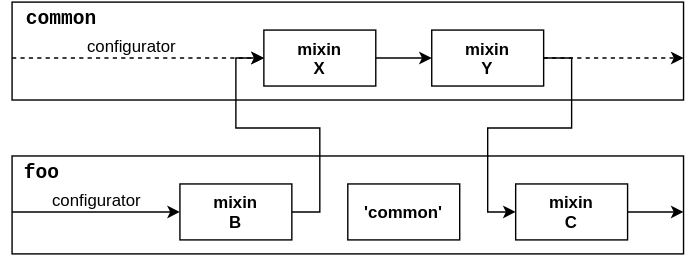
bholloway/webpack-multi-configurator keeps this draw.io diagram as doc/operations.svg. Above is the earlier version. Source tidied: cells renumbered, new cells last; positions are measured from the earlier drawing's top-left corner, leaving out a move shared by most shapes. Source of this version:
```xml
<mxGraphModel background="#ffffff">
  <root>
    <mxCell id="0" />
    <mxCell id="1" parent="0" />
    <mxCell id="2" style="whiteSpace=wrap;html=1;fillColor=none;" parent="1" vertex="1">
      <mxGeometry y="110" width="480" height="70" as="geometry" />
    </mxCell>
    <mxCell id="3" style="whiteSpace=wrap;html=1;fillColor=none;" parent="1" vertex="1">
      <mxGeometry width="480" height="70" as="geometry" />
    </mxCell>
    <mxCell id="4" style="edgeStyle=none;rounded=0;html=1;entryX=0;entryY=0.5;jettySize=auto;fontFamily=Helvetica;dashed=1;" parent="1" edge="1" target="7">
      <mxGeometry relative="1" as="geometry">
        <mxPoint y="40" as="sourcePoint" />
      </mxGeometry>
    </mxCell>
    <mxCell id="5" value="configurator" style="text;html=1;align=center;verticalAlign=middle;labelBackgroundColor=#ffffff;fontFamily=Helvetica;" parent="4" vertex="1">
      <mxGeometry x="-0.16" y="1" relative="1" as="geometry">
        <mxPoint x="9" y="-9" as="offset" />
      </mxGeometry>
    </mxCell>
    <mxCell id="6" style="edgeStyle=none;rounded=0;html=1;exitX=1;exitY=0.5;entryX=0;entryY=0.5;jettySize=auto;fontFamily=Helvetica;" parent="1" edge="1" source="7" target="9">
      <mxGeometry relative="1" as="geometry" />
    </mxCell>
    <mxCell id="7" value="&lt;div&gt;&lt;b&gt;mixin&lt;/b&gt;&lt;/div&gt;&lt;div&gt;&lt;b&gt;X&lt;/b&gt;&lt;/div&gt;" style="whiteSpace=wrap;html=1;strokeColor=#000000;fillColor=none;fontFamily=Helvetica;align=center;" parent="1" vertex="1">
      <mxGeometry x="180" y="20" width="80" height="40" as="geometry" />
    </mxCell>
    <mxCell id="8" style="edgeStyle=orthogonalEdgeStyle;rounded=0;html=1;exitX=1;exitY=0.5;entryX=0;entryY=0.5;jettySize=auto;fontSize=14;" parent="1" edge="1" source="9" target="15">
      <mxGeometry relative="1" as="geometry">
        <Array as="points">
          <mxPoint x="400" y="40" />
          <mxPoint x="400" y="90" />
          <mxPoint x="340" y="90" />
          <mxPoint x="340" y="150" />
        </Array>
      </mxGeometry>
    </mxCell>
    <mxCell id="9" value="&lt;div&gt;&lt;b&gt;mixin&lt;/b&gt;&lt;/div&gt;&lt;div&gt;&lt;b&gt;Y&lt;/b&gt;&lt;/div&gt;" style="whiteSpace=wrap;html=1;strokeColor=#000000;fillColor=none;fontFamily=Helvetica;align=center;" parent="1" vertex="1">
      <mxGeometry x="300" y="20" width="80" height="40" as="geometry" />
    </mxCell>
    <mxCell id="10" style="edgeStyle=none;rounded=0;html=1;exitX=1;exitY=0.5;entryX=0;entryY=0.5;jettySize=auto;fontFamily=Helvetica;" parent="1" edge="1" target="13">
      <mxGeometry x="80" y="310" as="geometry">
        <mxPoint y="150" as="sourcePoint" />
      </mxGeometry>
    </mxCell>
    <mxCell id="11" value="configurator" style="text;html=1;align=center;verticalAlign=middle;labelBackgroundColor=#ffffff;fontFamily=Helvetica;" parent="10" vertex="1">
      <mxGeometry x="-0.16" y="1" relative="1" as="geometry">
        <mxPoint x="9" y="-9" as="offset" />
      </mxGeometry>
    </mxCell>
    <mxCell id="12" style="edgeStyle=orthogonalEdgeStyle;rounded=0;html=1;exitX=1;exitY=0.5;entryX=0;entryY=0.5;jettySize=auto;fontSize=14;" parent="1" edge="1" source="13" target="7">
      <mxGeometry relative="1" as="geometry">
        <Array as="points">
          <mxPoint x="220" y="150" />
          <mxPoint x="220" y="90" />
          <mxPoint x="160" y="90" />
          <mxPoint x="160" y="40" />
        </Array>
      </mxGeometry>
    </mxCell>
    <mxCell id="13" value="&lt;div&gt;&lt;b&gt;mixin&lt;/b&gt;&lt;/div&gt;&lt;div&gt;&lt;b&gt;B&lt;/b&gt;&lt;/div&gt;" style="whiteSpace=wrap;html=1;strokeColor=#000000;fillColor=none;fontFamily=Helvetica;align=center;" parent="1" vertex="1">
      <mxGeometry x="120" y="130" width="80" height="40" as="geometry" />
    </mxCell>
    <mxCell id="14" value="&lt;div&gt;&lt;b&gt;'common'&lt;/b&gt;&lt;/div&gt;" style="whiteSpace=wrap;html=1;strokeColor=#000000;fillColor=none;fontFamily=Helvetica;align=center;" parent="1" vertex="1">
      <mxGeometry x="240" y="130" width="80" height="40" as="geometry" />
    </mxCell>
    <mxCell id="15" value="&lt;div&gt;&lt;b&gt;mixin&lt;/b&gt;&lt;/div&gt;&lt;div&gt;&lt;b&gt;C&lt;/b&gt;&lt;/div&gt;" style="whiteSpace=wrap;html=1;strokeColor=#000000;fillColor=none;fontFamily=Helvetica;align=center;" parent="1" vertex="1">
      <mxGeometry x="360" y="130" width="80" height="40" as="geometry" />
    </mxCell>
    <mxCell id="16" style="edgeStyle=none;rounded=0;html=1;exitX=1;exitY=0.5;entryX=0;entryY=0.5;jettySize=auto;fontFamily=Helvetica;dashed=1;" parent="1" edge="1" source="9">
      <mxGeometry x="520" y="200" as="geometry">
        <mxPoint x="480" y="40" as="targetPoint" />
      </mxGeometry>
    </mxCell>
    <mxCell id="17" style="edgeStyle=none;rounded=0;html=1;exitX=1;exitY=0.5;entryX=0;entryY=0.5;jettySize=auto;orthogonalLoop=1;fontFamily=Helvetica;" parent="1" edge="1">
      <mxGeometry x="520" y="310" as="geometry">
        <mxPoint x="440" y="150" as="sourcePoint" />
        <mxPoint x="480" y="150" as="targetPoint" />
      </mxGeometry>
    </mxCell>
    <mxCell id="18" value="&lt;font face=&quot;Courier New&quot; style=&quot;font-size: 14px&quot;&gt;&lt;b&gt;common&lt;/b&gt;&lt;/font&gt;" style="text;html=1;strokeColor=none;fillColor=none;align=center;verticalAlign=middle;whiteSpace=wrap;overflow=hidden;fontSize=14;" parent="1" vertex="1">
      <mxGeometry width="70" height="20" as="geometry" />
    </mxCell>
    <mxCell id="19" value="&lt;font face=&quot;Courier New&quot; style=&quot;font-size: 14px;&quot;&gt;&lt;b&gt;foo&lt;/b&gt;&lt;/font&gt;" style="text;html=1;strokeColor=none;fillColor=none;align=center;verticalAlign=middle;whiteSpace=wrap;overflow=hidden;fontSize=14;" parent="1" vertex="1">
      <mxGeometry y="110" width="40" height="20" as="geometry" />
    </mxCell>
  </root>
</mxGraphModel>
```
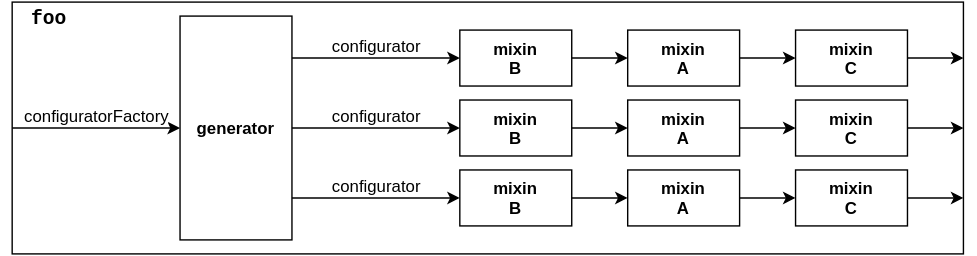
After the change.

Change to the diagram source:
```diff
@@ -2,43 +2,11 @@
   <root>
     <mxCell id="0" />
     <mxCell id="1" parent="0" />
-    <mxCell id="2" style="whiteSpace=wrap;html=1;fillColor=none;" parent="1" vertex="1">
-      <mxGeometry y="110" width="480" height="70" as="geometry" />
-    </mxCell>
     <mxCell id="3" style="whiteSpace=wrap;html=1;fillColor=none;" parent="1" vertex="1">
-      <mxGeometry width="480" height="70" as="geometry" />
+      <mxGeometry x="-200" y="110" width="680" height="180" as="geometry" />
     </mxCell>
-    <mxCell id="4" style="edgeStyle=none;rounded=0;html=1;entryX=0;entryY=0.5;jettySize=auto;fontFamily=Helvetica;dashed=1;" parent="1" edge="1" target="7">
-      <mxGeometry relative="1" as="geometry">
-        <mxPoint y="40" as="sourcePoint" />
-      </mxGeometry>
-    </mxCell>
-    <mxCell id="5" value="configurator" style="text;html=1;align=center;verticalAlign=middle;labelBackgroundColor=#ffffff;fontFamily=Helvetica;" parent="4" vertex="1">
-      <mxGeometry x="-0.16" y="1" relative="1" as="geometry">
-        <mxPoint x="9" y="-9" as="offset" />
-      </mxGeometry>
-    </mxCell>
-    <mxCell id="6" style="edgeStyle=none;rounded=0;html=1;exitX=1;exitY=0.5;entryX=0;entryY=0.5;jettySize=auto;fontFamily=Helvetica;" parent="1" edge="1" source="7" target="9">
-      <mxGeometry relative="1" as="geometry" />
-    </mxCell>
-    <mxCell id="7" value="&lt;div&gt;&lt;b&gt;mixin&lt;/b&gt;&lt;/div&gt;&lt;div&gt;&lt;b&gt;X&lt;/b&gt;&lt;/div&gt;" style="whiteSpace=wrap;html=1;strokeColor=#000000;fillColor=none;fontFamily=Helvetica;align=center;" parent="1" vertex="1">
-      <mxGeometry x="180" y="20" width="80" height="40" as="geometry" />
-    </mxCell>
-    <mxCell id="8" style="edgeStyle=orthogonalEdgeStyle;rounded=0;html=1;exitX=1;exitY=0.5;entryX=0;entryY=0.5;jettySize=auto;fontSize=14;" parent="1" edge="1" source="9" target="15">
-      <mxGeometry relative="1" as="geometry">
-        <Array as="points">
-          <mxPoint x="400" y="40" />
-          <mxPoint x="400" y="90" />
-          <mxPoint x="340" y="90" />
-          <mxPoint x="340" y="150" />
-        </Array>
-      </mxGeometry>
-    </mxCell>
-    <mxCell id="9" value="&lt;div&gt;&lt;b&gt;mixin&lt;/b&gt;&lt;/div&gt;&lt;div&gt;&lt;b&gt;Y&lt;/b&gt;&lt;/div&gt;" style="whiteSpace=wrap;html=1;strokeColor=#000000;fillColor=none;fontFamily=Helvetica;align=center;" parent="1" vertex="1">
-      <mxGeometry x="300" y="20" width="80" height="40" as="geometry" />
-    </mxCell>
     <mxCell id="10" style="edgeStyle=none;rounded=0;html=1;exitX=1;exitY=0.5;entryX=0;entryY=0.5;jettySize=auto;fontFamily=Helvetica;" parent="1" edge="1" target="13">
-      <mxGeometry x="80" y="310" as="geometry">
+      <mxGeometry x="240" y="310" as="geometry">
         <mxPoint y="150" as="sourcePoint" />
       </mxGeometry>
     </mxCell>
@@ -47,41 +15,105 @@
         <mxPoint x="9" y="-9" as="offset" />
       </mxGeometry>
     </mxCell>
-    <mxCell id="12" style="edgeStyle=orthogonalEdgeStyle;rounded=0;html=1;exitX=1;exitY=0.5;entryX=0;entryY=0.5;jettySize=auto;fontSize=14;" parent="1" edge="1" source="13" target="7">
-      <mxGeometry relative="1" as="geometry">
-        <Array as="points">
-          <mxPoint x="220" y="150" />
-          <mxPoint x="220" y="90" />
-          <mxPoint x="160" y="90" />
-          <mxPoint x="160" y="40" />
-        </Array>
-      </mxGeometry>
-    </mxCell>
+    <mxCell id="20" style="edgeStyle=orthogonalEdgeStyle;rounded=0;html=1;exitX=1;exitY=0.5;entryX=0;entryY=0.5;jettySize=auto;" parent="1" edge="1" source="13" target="14">
+      <mxGeometry relative="1" as="geometry" />
+    </mxCell>
     <mxCell id="13" value="&lt;div&gt;&lt;b&gt;mixin&lt;/b&gt;&lt;/div&gt;&lt;div&gt;&lt;b&gt;B&lt;/b&gt;&lt;/div&gt;" style="whiteSpace=wrap;html=1;strokeColor=#000000;fillColor=none;fontFamily=Helvetica;align=center;" parent="1" vertex="1">
       <mxGeometry x="120" y="130" width="80" height="40" as="geometry" />
     </mxCell>
+    <mxCell id="21" style="edgeStyle=orthogonalEdgeStyle;rounded=0;html=1;exitX=1;exitY=0.5;entryX=0;entryY=0.5;jettySize=auto;" parent="1" edge="1" source="14" target="15">
+      <mxGeometry relative="1" as="geometry" />
+    </mxCell>
-    <mxCell id="14" value="&lt;div&gt;&lt;b&gt;'common'&lt;/b&gt;&lt;/div&gt;" style="whiteSpace=wrap;html=1;strokeColor=#000000;fillColor=none;fontFamily=Helvetica;align=center;" parent="1" vertex="1">
+    <mxCell id="14" value="&lt;div&gt;&lt;b&gt;mixin&lt;/b&gt;&lt;/div&gt;&lt;div&gt;&lt;b&gt;A&lt;/b&gt;&lt;/div&gt;" style="whiteSpace=wrap;html=1;strokeColor=#000000;fillColor=none;fontFamily=Helvetica;align=center;" parent="1" vertex="1">
       <mxGeometry x="240" y="130" width="80" height="40" as="geometry" />
     </mxCell>
     <mxCell id="15" value="&lt;div&gt;&lt;b&gt;mixin&lt;/b&gt;&lt;/div&gt;&lt;div&gt;&lt;b&gt;C&lt;/b&gt;&lt;/div&gt;" style="whiteSpace=wrap;html=1;strokeColor=#000000;fillColor=none;fontFamily=Helvetica;align=center;" parent="1" vertex="1">
       <mxGeometry x="360" y="130" width="80" height="40" as="geometry" />
     </mxCell>
-    <mxCell id="16" style="edgeStyle=none;rounded=0;html=1;exitX=1;exitY=0.5;entryX=0;entryY=0.5;jettySize=auto;fontFamily=Helvetica;dashed=1;" parent="1" edge="1" source="9">
-      <mxGeometry x="520" y="200" as="geometry">
-        <mxPoint x="480" y="40" as="targetPoint" />
-      </mxGeometry>
-    </mxCell>
     <mxCell id="17" style="edgeStyle=none;rounded=0;html=1;exitX=1;exitY=0.5;entryX=0;entryY=0.5;jettySize=auto;orthogonalLoop=1;fontFamily=Helvetica;" parent="1" edge="1">
-      <mxGeometry x="520" y="310" as="geometry">
+      <mxGeometry x="680" y="310" as="geometry">
         <mxPoint x="440" y="150" as="sourcePoint" />
         <mxPoint x="480" y="150" as="targetPoint" />
       </mxGeometry>
     </mxCell>
-    <mxCell id="18" value="&lt;font face=&quot;Courier New&quot; style=&quot;font-size: 14px&quot;&gt;&lt;b&gt;common&lt;/b&gt;&lt;/font&gt;" style="text;html=1;strokeColor=none;fillColor=none;align=center;verticalAlign=middle;whiteSpace=wrap;overflow=hidden;fontSize=14;" parent="1" vertex="1">
-      <mxGeometry width="70" height="20" as="geometry" />
+    <mxCell id="18" value="&lt;font face=&quot;Courier New&quot; style=&quot;font-size: 14px&quot;&gt;&lt;b&gt;foo&lt;/b&gt;&lt;/font&gt;" style="text;html=1;strokeColor=none;fillColor=none;align=center;verticalAlign=middle;whiteSpace=wrap;overflow=hidden;fontSize=14;" parent="1" vertex="1">
+      <mxGeometry x="-200" y="110" width="50" height="20" as="geometry" />
     </mxCell>
-    <mxCell id="19" value="&lt;font face=&quot;Courier New&quot; style=&quot;font-size: 14px;&quot;&gt;&lt;b&gt;foo&lt;/b&gt;&lt;/font&gt;" style="text;html=1;strokeColor=none;fillColor=none;align=center;verticalAlign=middle;whiteSpace=wrap;overflow=hidden;fontSize=14;" parent="1" vertex="1">
-      <mxGeometry y="110" width="40" height="20" as="geometry" />
-    </mxCell>
+    <mxCell id="22" value="&lt;div&gt;&lt;b&gt;generator&lt;/b&gt;&lt;/div&gt;" style="whiteSpace=wrap;html=1;strokeColor=#000000;fillColor=none;fontFamily=Helvetica;align=center;" parent="1" vertex="1">
+      <mxGeometry x="-80" y="120" width="80" height="160" as="geometry" />
+    </mxCell>
+    <mxCell id="23" style="edgeStyle=none;rounded=0;html=1;exitX=1;exitY=0.5;entryX=0;entryY=0.5;jettySize=auto;fontFamily=Helvetica;" parent="1" edge="1" target="26">
+      <mxGeometry x="240" y="360" as="geometry">
+        <mxPoint y="200" as="sourcePoint" />
+      </mxGeometry>
+    </mxCell>
+    <mxCell id="24" value="configurator" style="text;html=1;align=center;verticalAlign=middle;labelBackgroundColor=#ffffff;fontFamily=Helvetica;" parent="23" vertex="1">
+      <mxGeometry x="-0.16" y="1" relative="1" as="geometry">
+        <mxPoint x="9" y="-9" as="offset" />
+      </mxGeometry>
+    </mxCell>
+    <mxCell id="25" style="edgeStyle=orthogonalEdgeStyle;rounded=0;html=1;exitX=1;exitY=0.5;entryX=0;entryY=0.5;jettySize=auto;" parent="1" edge="1" source="26" target="28">
+      <mxGeometry x="440" y="360" as="geometry" />
+    </mxCell>
+    <mxCell id="26" value="&lt;div&gt;&lt;b&gt;mixin&lt;/b&gt;&lt;/div&gt;&lt;div&gt;&lt;b&gt;B&lt;/b&gt;&lt;/div&gt;" style="whiteSpace=wrap;html=1;strokeColor=#000000;fillColor=none;fontFamily=Helvetica;align=center;" parent="1" vertex="1">
+      <mxGeometry x="120" y="180" width="80" height="40" as="geometry" />
+    </mxCell>
+    <mxCell id="27" style="edgeStyle=orthogonalEdgeStyle;rounded=0;html=1;exitX=1;exitY=0.5;entryX=0;entryY=0.5;jettySize=auto;" parent="1" edge="1" source="28" target="29">
+      <mxGeometry x="560" y="360" as="geometry" />
+    </mxCell>
+    <mxCell id="28" value="&lt;div&gt;&lt;b&gt;mixin&lt;/b&gt;&lt;/div&gt;&lt;div&gt;&lt;b&gt;A&lt;/b&gt;&lt;/div&gt;" style="whiteSpace=wrap;html=1;strokeColor=#000000;fillColor=none;fontFamily=Helvetica;align=center;" parent="1" vertex="1">
+      <mxGeometry x="240" y="180" width="80" height="40" as="geometry" />
+    </mxCell>
+    <mxCell id="29" value="&lt;div&gt;&lt;b&gt;mixin&lt;/b&gt;&lt;/div&gt;&lt;div&gt;&lt;b&gt;C&lt;/b&gt;&lt;/div&gt;" style="whiteSpace=wrap;html=1;strokeColor=#000000;fillColor=none;fontFamily=Helvetica;align=center;" parent="1" vertex="1">
+      <mxGeometry x="360" y="180" width="80" height="40" as="geometry" />
+    </mxCell>
+    <mxCell id="30" style="edgeStyle=none;rounded=0;html=1;exitX=1;exitY=0.5;entryX=0;entryY=0.5;jettySize=auto;orthogonalLoop=1;fontFamily=Helvetica;" parent="1" edge="1">
+      <mxGeometry x="680" y="360" as="geometry">
+        <mxPoint x="440" y="200" as="sourcePoint" />
+        <mxPoint x="480" y="200" as="targetPoint" />
+      </mxGeometry>
+    </mxCell>
+    <mxCell id="31" style="edgeStyle=none;rounded=0;html=1;exitX=1;exitY=0.5;entryX=0;entryY=0.5;jettySize=auto;fontFamily=Helvetica;" parent="1" edge="1" target="34">
+      <mxGeometry x="240" y="410" as="geometry">
+        <mxPoint y="250" as="sourcePoint" />
+      </mxGeometry>
+    </mxCell>
+    <mxCell id="32" value="configurator" style="text;html=1;align=center;verticalAlign=middle;labelBackgroundColor=#ffffff;fontFamily=Helvetica;" parent="31" vertex="1">
+      <mxGeometry x="-0.16" y="1" relative="1" as="geometry">
+        <mxPoint x="9" y="-9" as="offset" />
+      </mxGeometry>
+    </mxCell>
+    <mxCell id="33" style="edgeStyle=orthogonalEdgeStyle;rounded=0;html=1;exitX=1;exitY=0.5;entryX=0;entryY=0.5;jettySize=auto;" parent="1" edge="1" source="34" target="36">
+      <mxGeometry x="440" y="410" as="geometry" />
+    </mxCell>
+    <mxCell id="34" value="&lt;div&gt;&lt;b&gt;mixin&lt;/b&gt;&lt;/div&gt;&lt;div&gt;&lt;b&gt;B&lt;/b&gt;&lt;/div&gt;" style="whiteSpace=wrap;html=1;strokeColor=#000000;fillColor=none;fontFamily=Helvetica;align=center;" parent="1" vertex="1">
+      <mxGeometry x="120" y="230" width="80" height="40" as="geometry" />
+    </mxCell>
+    <mxCell id="35" style="edgeStyle=orthogonalEdgeStyle;rounded=0;html=1;exitX=1;exitY=0.5;entryX=0;entryY=0.5;jettySize=auto;" parent="1" edge="1" source="36" target="37">
+      <mxGeometry x="560" y="410" as="geometry" />
+    </mxCell>
+    <mxCell id="36" value="&lt;div&gt;&lt;b&gt;mixin&lt;/b&gt;&lt;/div&gt;&lt;div&gt;&lt;b&gt;A&lt;/b&gt;&lt;/div&gt;" style="whiteSpace=wrap;html=1;strokeColor=#000000;fillColor=none;fontFamily=Helvetica;align=center;" parent="1" vertex="1">
+      <mxGeometry x="240" y="230" width="80" height="40" as="geometry" />
+    </mxCell>
+    <mxCell id="37" value="&lt;div&gt;&lt;b&gt;mixin&lt;/b&gt;&lt;/div&gt;&lt;div&gt;&lt;b&gt;C&lt;/b&gt;&lt;/div&gt;" style="whiteSpace=wrap;html=1;strokeColor=#000000;fillColor=none;fontFamily=Helvetica;align=center;" parent="1" vertex="1">
+      <mxGeometry x="360" y="230" width="80" height="40" as="geometry" />
+    </mxCell>
+    <mxCell id="38" style="edgeStyle=none;rounded=0;html=1;exitX=1;exitY=0.5;entryX=0;entryY=0.5;jettySize=auto;orthogonalLoop=1;fontFamily=Helvetica;" parent="1" edge="1">
+      <mxGeometry x="680" y="410" as="geometry">
+        <mxPoint x="440" y="250" as="sourcePoint" />
+        <mxPoint x="480" y="250" as="targetPoint" />
+      </mxGeometry>
+    </mxCell>
+    <mxCell id="39" style="edgeStyle=none;rounded=0;html=1;exitX=1;exitY=0.5;entryX=0;entryY=0.5;jettySize=auto;orthogonalLoop=1;fontFamily=Helvetica;" parent="1" edge="1">
+      <mxGeometry x="40" y="360" as="geometry">
+        <mxPoint x="-200" y="200" as="sourcePoint" />
+        <mxPoint x="-80" y="200" as="targetPoint" />
+      </mxGeometry>
+    </mxCell>
+    <mxCell id="40" value="configuratorFactory" style="text;html=1;align=center;verticalAlign=middle;labelBackgroundColor=#ffffff;fontFamily=Helvetica;" parent="39" vertex="1">
+      <mxGeometry x="-0.16" y="1" relative="1" as="geometry">
+        <mxPoint x="9" y="-9" as="offset" />
+      </mxGeometry>
+    </mxCell>
   </root>
 </mxGraphModel>
```
